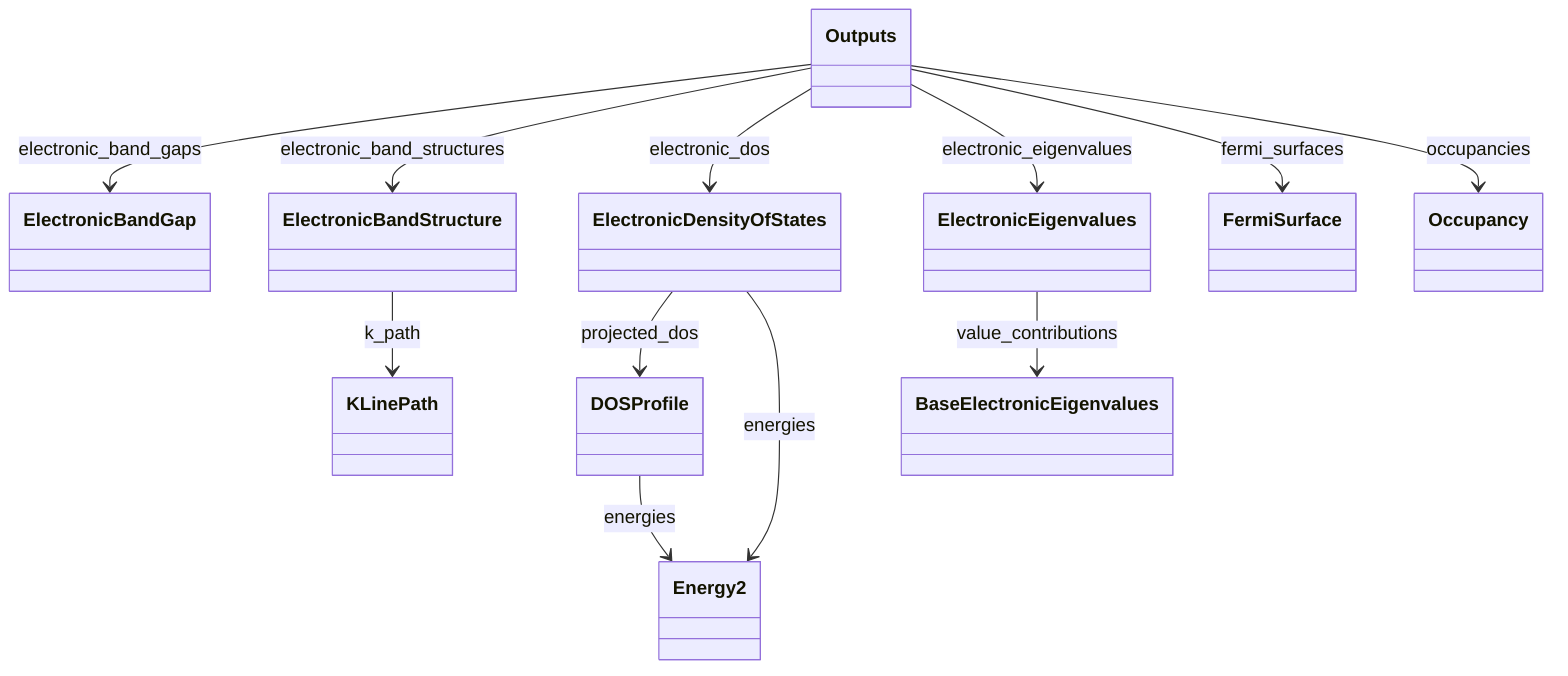
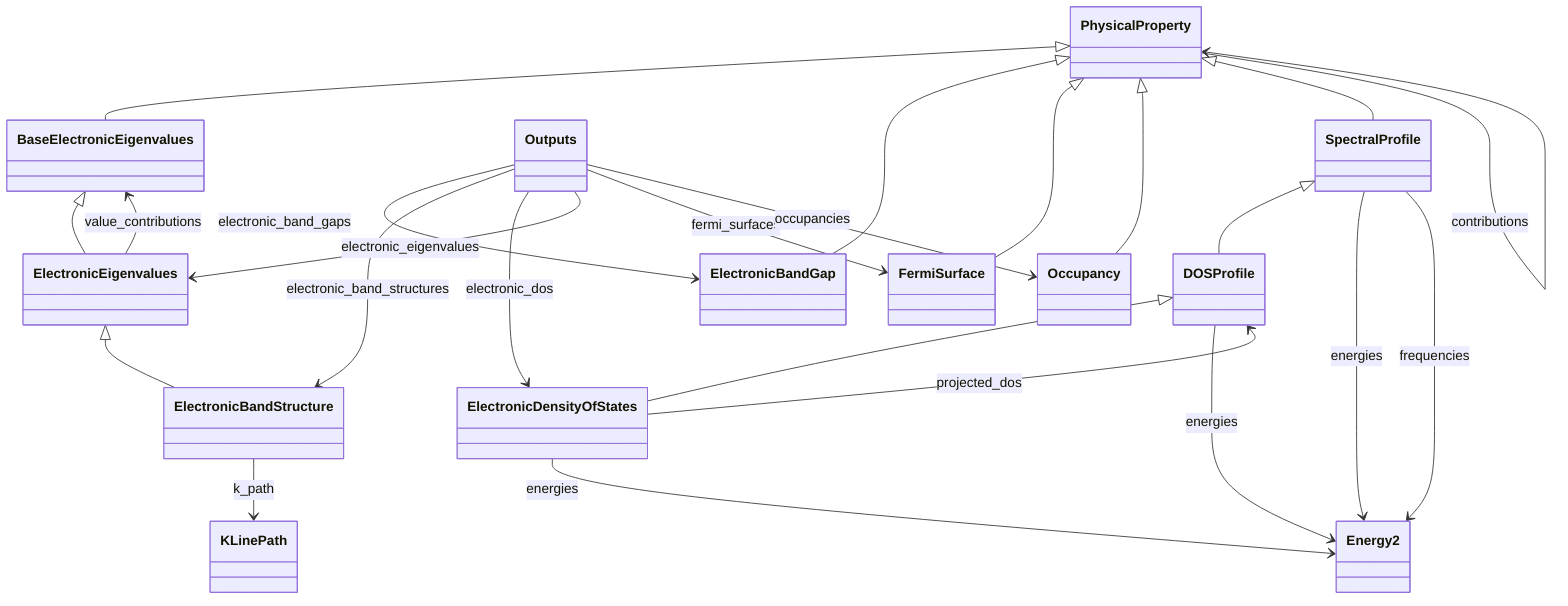
classDiagram
    class BaseElectronicEigenvalues
    class DOSProfile
    class ElectronicBandGap
    class ElectronicBandStructure
    class ElectronicDensityOfStates
    class ElectronicEigenvalues
    class Energy2
    class FermiSurface
    class KLinePath
    class Occupancy
    class Outputs
+     class PhysicalProperty
+     class SpectralProfile
+     PhysicalProperty <|-- BaseElectronicEigenvalues
+     SpectralProfile <|-- DOSProfile
+     PhysicalProperty <|-- ElectronicBandGap
+     ElectronicEigenvalues <|-- ElectronicBandStructure
+     DOSProfile <|-- ElectronicDensityOfStates
+     BaseElectronicEigenvalues <|-- ElectronicEigenvalues
+     PhysicalProperty <|-- FermiSurface
+     PhysicalProperty <|-- Occupancy
+     PhysicalProperty <|-- SpectralProfile
    DOSProfile --> Energy2 : energies
    ElectronicBandStructure --> KLinePath : k_path
    ElectronicDensityOfStates --> DOSProfile : projected_dos
    ElectronicDensityOfStates --> Energy2 : energies
    ElectronicEigenvalues --> BaseElectronicEigenvalues : value_contributions
    Outputs --> ElectronicBandGap : electronic_band_gaps
    Outputs --> ElectronicBandStructure : electronic_band_structures
    Outputs --> ElectronicDensityOfStates : electronic_dos
    Outputs --> ElectronicEigenvalues : electronic_eigenvalues
    Outputs --> FermiSurface : fermi_surfaces
    Outputs --> Occupancy : occupancies
+     PhysicalProperty --> PhysicalProperty : contributions
+     SpectralProfile --> Energy2 : energies
+     SpectralProfile --> Energy2 : frequencies
